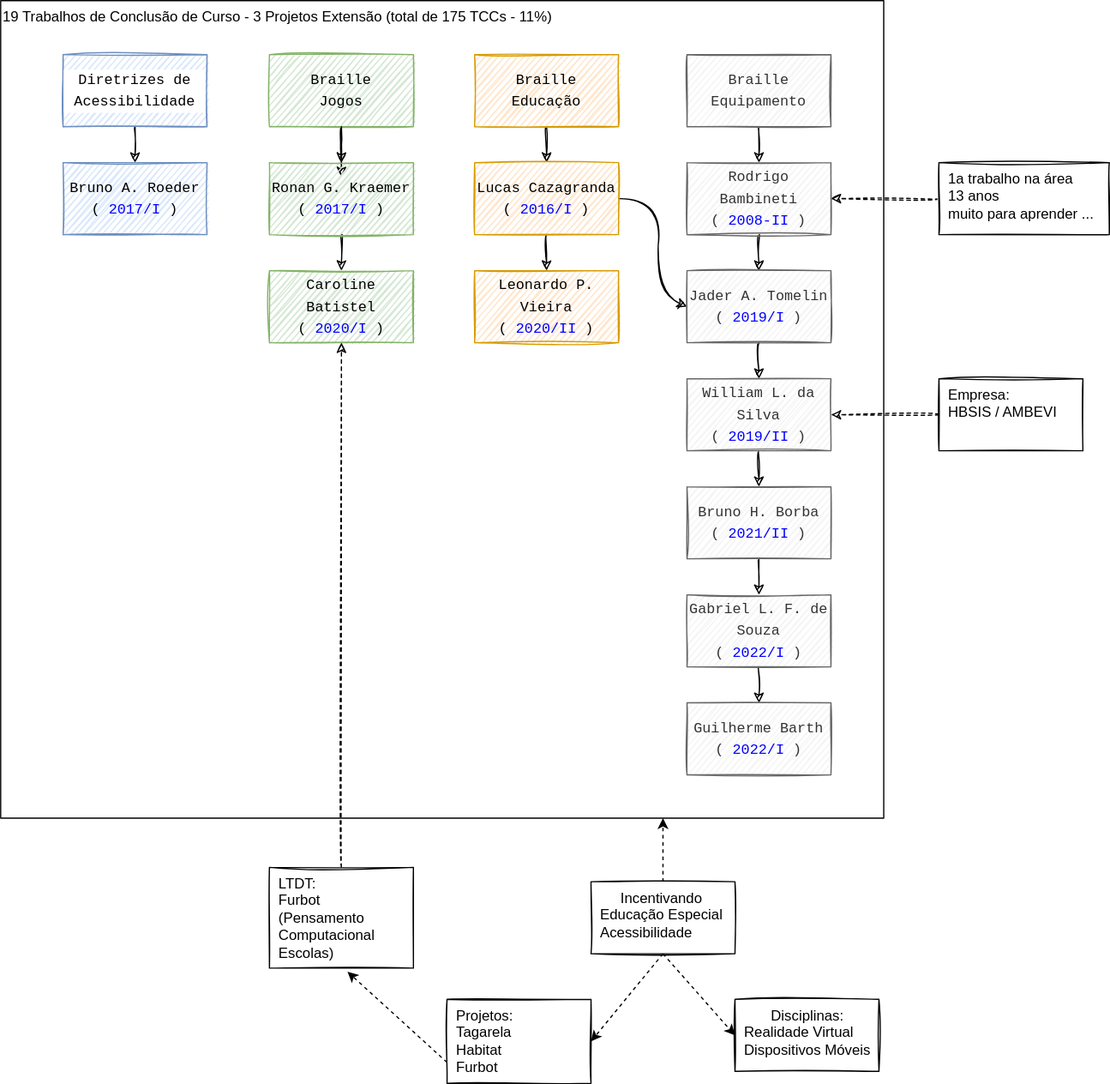
dalton-reis/programa_EducacaoEspecial keeps this draw.io diagram as imgs/Braille_VisaoGeral.drawio.svg. Above is the earlier version. Source tidied: cells renumbered, new cells last; positions are measured from the earlier drawing's top-left corner, leaving out a move shared by most shapes.
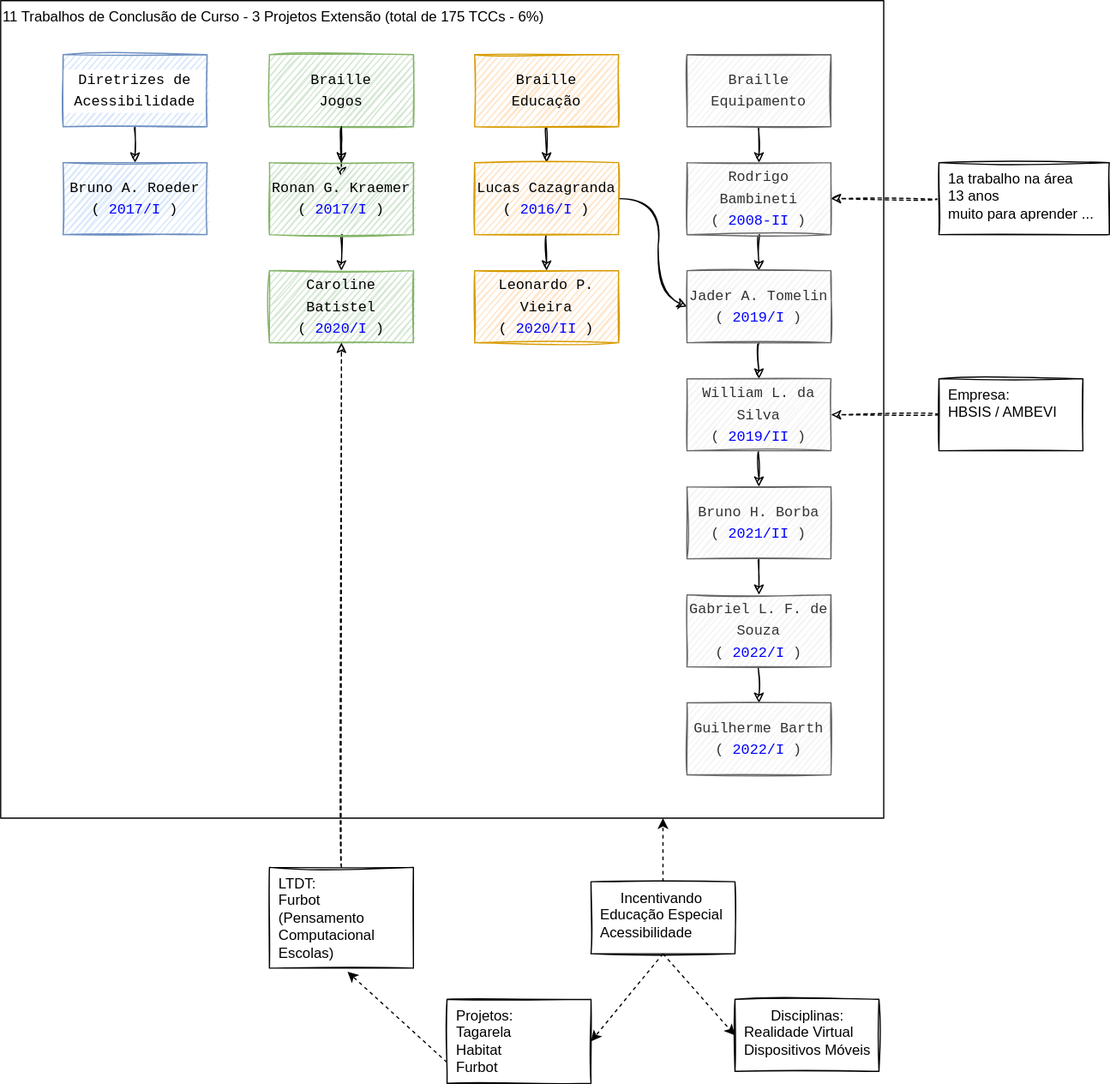
The same diagram one commit later.

What changed in the source:
```diff
@@ -2,7 +2,7 @@
   <root>
     <mxCell id="0" />
     <mxCell id="1" parent="0" />
-    <mxCell id="2" value="19 Trabalhos de Conclusão de Curso - 3 Projetos Extensão (total de 175 TCCs - 11%)" style="whiteSpace=wrap;html=1;sketch=1;align=left;verticalAlign=top;" parent="1" vertex="1">
+    <mxCell id="2" value="11 Trabalhos de Conclusão de Curso - 3 Projetos Extensão (total de 175 TCCs - 6%)" style="whiteSpace=wrap;html=1;sketch=1;align=left;verticalAlign=top;" parent="1" vertex="1">
       <mxGeometry width="736" height="681" as="geometry" />
     </mxCell>
     <mxCell id="3" style="edgeStyle=none;curved=1;sketch=1;html=1;exitX=0.5;exitY=1;exitDx=0;exitDy=0;entryX=0.5;entryY=0;entryDx=0;entryDy=0;" parent="1" edge="1" source="4" target="5">
```
